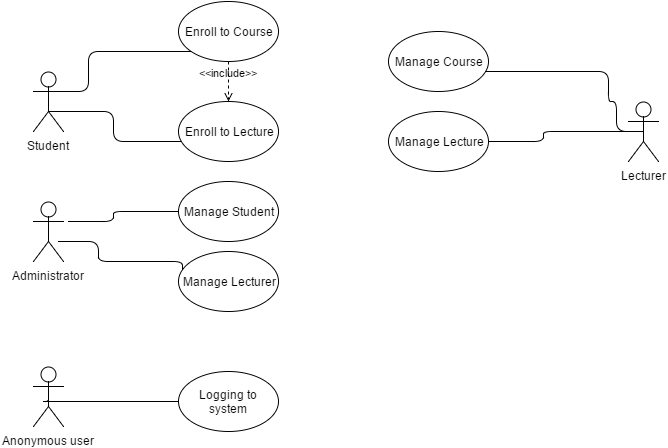
This is wiki/JavaEE_UseCase.png from SedaQ/language-school, a draw.io export, as it was before one commit. Source tidied: cells renumbered, new cells last; positions are measured from the earlier drawing's top-left corner, leaving out a move shared by most shapes. Its diagram source:
```xml
<mxGraphModel background="#ffffff">
  <root>
    <mxCell id="0" />
    <mxCell id="1" parent="0" />
    <mxCell id="2" value="Student" style="shape=umlActor;verticalLabelPosition=bottom;labelBackgroundColor=#ffffff;verticalAlign=top;html=1;" parent="1" vertex="1">
      <mxGeometry y="70" width="30" height="60" as="geometry" />
    </mxCell>
    <mxCell id="3" value="Lecturer" style="shape=umlActor;verticalLabelPosition=bottom;labelBackgroundColor=#ffffff;verticalAlign=top;html=1;" parent="1" vertex="1">
      <mxGeometry x="595" y="100" width="30" height="60" as="geometry" />
    </mxCell>
    <mxCell id="4" value="Logging to system" style="ellipse;whiteSpace=wrap;html=1;" parent="1" vertex="1">
      <mxGeometry x="145" y="370" width="100" height="60" as="geometry" />
    </mxCell>
    <mxCell id="5" value="Enroll to Course" style="ellipse;whiteSpace=wrap;html=1;" parent="1" vertex="1">
      <mxGeometry x="145" width="100" height="60" as="geometry" />
    </mxCell>
    <mxCell id="6" value="Manage Lecturer" style="ellipse;whiteSpace=wrap;html=1;" parent="1" vertex="1">
      <mxGeometry x="145" y="250" width="100" height="60" as="geometry" />
    </mxCell>
    <mxCell id="7" value="Administrator" style="shape=umlActor;verticalLabelPosition=bottom;labelBackgroundColor=#ffffff;verticalAlign=top;html=1;" parent="1" vertex="1">
      <mxGeometry y="200" width="30" height="60" as="geometry" />
    </mxCell>
    <mxCell id="8" value="Anonymous user" style="shape=umlActor;verticalLabelPosition=bottom;labelBackgroundColor=#ffffff;verticalAlign=top;html=1;" parent="1" vertex="1">
      <mxGeometry y="365" width="30" height="60" as="geometry" />
    </mxCell>
    <mxCell id="9" style="endArrow=none;html=1;edgeStyle=orthogonalEdgeStyle;exitX=0.5;exitY=0.5;exitPerimeter=0;entryX=0;entryY=0.5;" parent="1" edge="1" source="8" target="4">
      <mxGeometry relative="1" as="geometry">
        <Array as="points">
          <mxPoint x="8" y="400" />
          <mxPoint x="145" y="400" />
        </Array>
      </mxGeometry>
    </mxCell>
    <mxCell id="10" style="html=1;align=left;verticalAlign=bottom;labelBackgroundColor=#ffffff;fontSize=10;" parent="9" vertex="1">
      <mxGeometry x="-1" relative="1" as="geometry" />
    </mxCell>
    <mxCell id="11" value="Manage Student" style="ellipse;whiteSpace=wrap;html=1;" parent="1" vertex="1">
      <mxGeometry x="145" y="180" width="100" height="60" as="geometry" />
    </mxCell>
    <mxCell id="12" value="Enroll to Lecture" style="ellipse;whiteSpace=wrap;html=1;" parent="1" vertex="1">
      <mxGeometry x="145" y="100" width="100" height="60" as="geometry" />
    </mxCell>
    <mxCell id="13" style="endArrow=none;html=1;edgeStyle=orthogonalEdgeStyle;" parent="1" edge="1" target="5">
      <mxGeometry relative="1" as="geometry">
        <mxPoint x="15" y="90" as="sourcePoint" />
        <Array as="points">
          <mxPoint x="55" y="90" />
          <mxPoint x="55" y="50" />
        </Array>
      </mxGeometry>
    </mxCell>
    <mxCell id="14" style="endArrow=none;html=1;edgeStyle=orthogonalEdgeStyle;" parent="1" edge="1" target="12">
      <mxGeometry relative="1" as="geometry">
        <mxPoint x="15" y="110" as="sourcePoint" />
        <Array as="points">
          <mxPoint x="80" y="110" />
          <mxPoint x="80" y="140" />
        </Array>
      </mxGeometry>
    </mxCell>
    <mxCell id="15" value="&amp;lt;&amp;lt;include&amp;gt;&amp;gt;" style="edgeStyle=none;html=1;endArrow=open;verticalAlign=bottom;dashed=1;labelBackgroundColor=none;exitX=0.5;exitY=1;" parent="1" edge="1" source="5" target="12">
      <mxGeometry relative="1" as="geometry" />
    </mxCell>
    <mxCell id="16" style="endArrow=none;html=1;edgeStyle=orthogonalEdgeStyle;entryX=0;entryY=0.5;" parent="1" edge="1" target="11">
      <mxGeometry relative="1" as="geometry">
        <mxPoint x="35" y="220" as="sourcePoint" />
        <Array as="points">
          <mxPoint x="80" y="220" />
          <mxPoint x="80" y="210" />
        </Array>
      </mxGeometry>
    </mxCell>
    <mxCell id="17" style="endArrow=none;html=1;edgeStyle=orthogonalEdgeStyle;entryX=0.04;entryY=0.3;entryPerimeter=0;" parent="1" edge="1" target="6">
      <mxGeometry relative="1" as="geometry">
        <mxPoint x="25" y="240" as="sourcePoint" />
        <Array as="points">
          <mxPoint x="65" y="240" />
          <mxPoint x="65" y="260" />
          <mxPoint x="149" y="260" />
        </Array>
      </mxGeometry>
    </mxCell>
    <mxCell id="18" value="Manage Course" style="ellipse;whiteSpace=wrap;html=1;" parent="1" vertex="1">
      <mxGeometry x="355" y="30" width="100" height="60" as="geometry" />
    </mxCell>
    <mxCell id="19" value="Manage Lecture" style="ellipse;whiteSpace=wrap;html=1;" parent="1" vertex="1">
      <mxGeometry x="355" y="110" width="100" height="60" as="geometry" />
    </mxCell>
    <mxCell id="20" style="endArrow=none;html=1;edgeStyle=orthogonalEdgeStyle;exitX=0.5;exitY=0.5;exitPerimeter=0;" parent="1" edge="1" source="3" target="18">
      <mxGeometry relative="1" as="geometry">
        <Array as="points">
          <mxPoint x="583" y="130" />
          <mxPoint x="583" y="100" />
          <mxPoint x="575" y="100" />
          <mxPoint x="575" y="70" />
        </Array>
      </mxGeometry>
    </mxCell>
    <mxCell id="21" style="endArrow=none;html=1;edgeStyle=orthogonalEdgeStyle;entryX=0.5;entryY=0.5;entryPerimeter=0;" parent="1" edge="1" target="3">
      <mxGeometry relative="1" as="geometry">
        <mxPoint x="455" y="140" as="sourcePoint" />
        <Array as="points">
          <mxPoint x="510" y="140" />
          <mxPoint x="510" y="130" />
        </Array>
      </mxGeometry>
    </mxCell>
  </root>
</mxGraphModel>
```
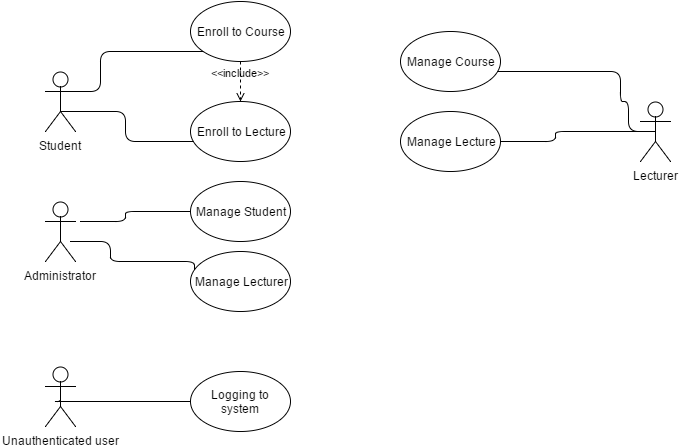
After the change.

Change to the diagram source:
```diff
@@ -20,7 +20,7 @@
     <mxCell id="7" value="Administrator" style="shape=umlActor;verticalLabelPosition=bottom;labelBackgroundColor=#ffffff;verticalAlign=top;html=1;" parent="1" vertex="1">
       <mxGeometry y="200" width="30" height="60" as="geometry" />
     </mxCell>
-    <mxCell id="8" value="Anonymous user" style="shape=umlActor;verticalLabelPosition=bottom;labelBackgroundColor=#ffffff;verticalAlign=top;html=1;" parent="1" vertex="1">
+    <mxCell id="8" value="Unauthenticated user" style="shape=umlActor;verticalLabelPosition=bottom;labelBackgroundColor=#ffffff;verticalAlign=top;html=1;" parent="1" vertex="1">
       <mxGeometry y="365" width="30" height="60" as="geometry" />
     </mxCell>
     <mxCell id="9" style="endArrow=none;html=1;edgeStyle=orthogonalEdgeStyle;exitX=0.5;exitY=0.5;exitPerimeter=0;entryX=0;entryY=0.5;" parent="1" edge="1" source="8" target="4">
```
